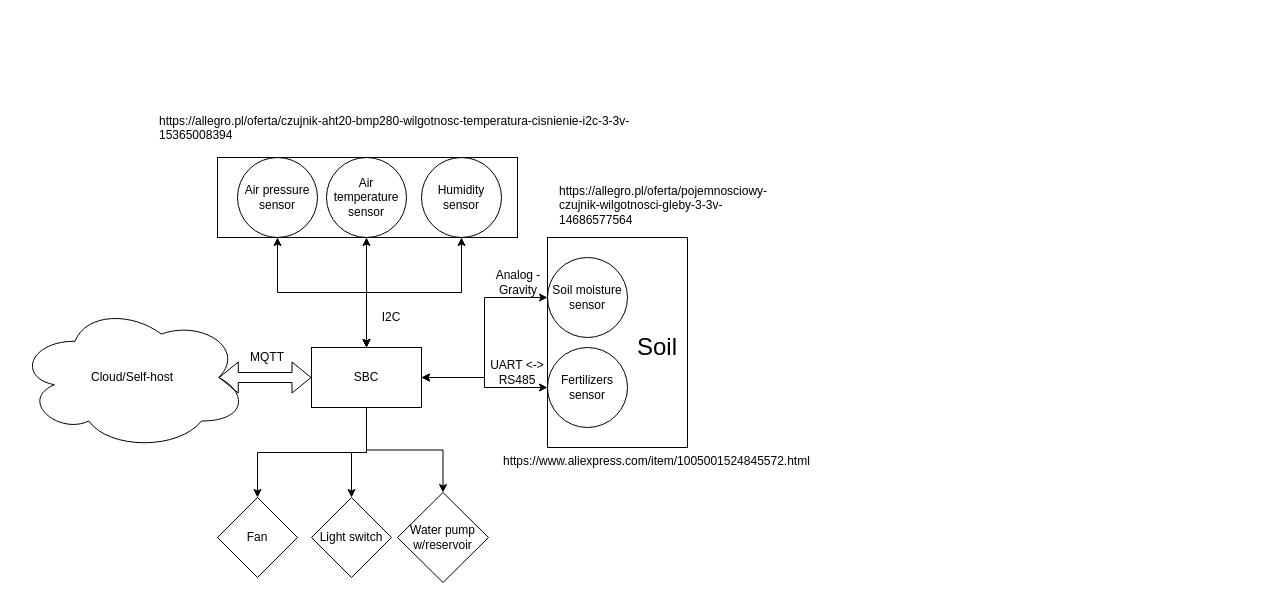
This is page "OverallView" (1 of 5) of models/Project.drawio from KhazAkar/ags, a draw.io file, before an edit. Source tidied: cells renumbered, new cells numbered last; positions are measured from the earlier drawing's top-left corner, leaving out a move shared by most shapes. Both pictures are drawn from the tidied source at 100%, with x=0, y=0 at pixel (17, 107).
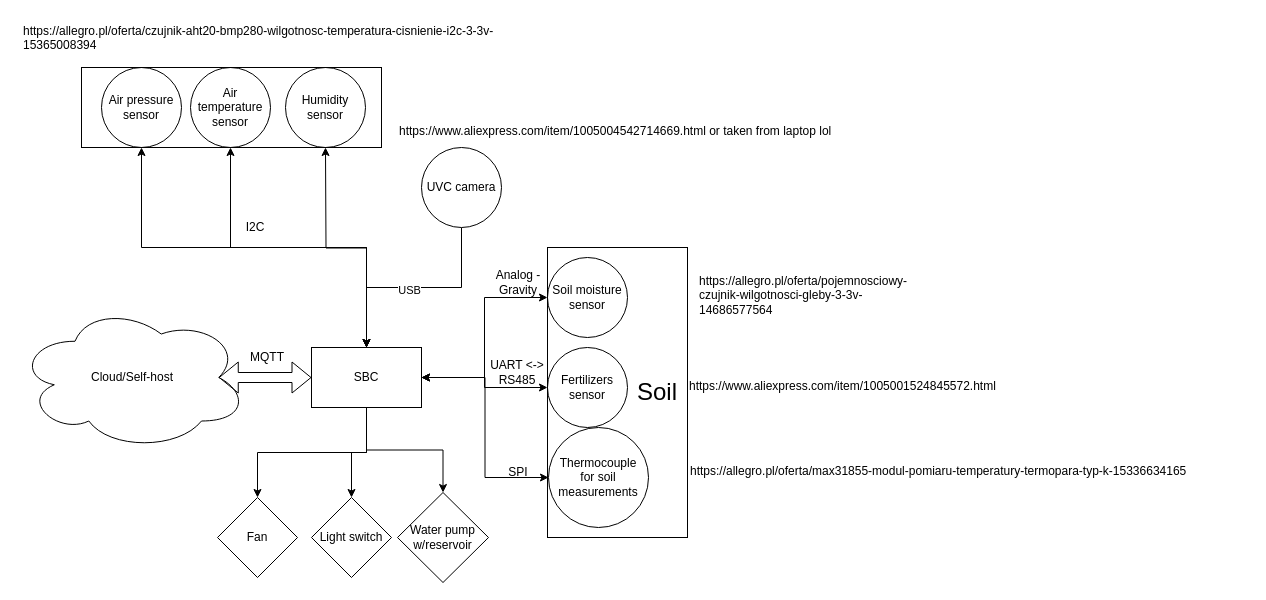
The same page after the edit.

Commit message (it also covers changes not shown here):
feat: add UVC camera and soil temperature monitoring, move user frontend design to proper folder

Unchanged cells that the change refers to:
```xml
<mxCell id="5" value="SBC" style="rounded=0;whiteSpace=wrap;html=1;" parent="1" vertex="1">
  <mxGeometry x="294" y="240" width="110" height="60" as="geometry" />
</mxCell>
```

Diff of the diagram source:
```diff
@@
+    <mxCell id="31" style="edgeStyle=orthogonalEdgeStyle;rounded=0;jettySize=auto;html=1;exitX=1;exitY=0.5;exitDx=0;exitDy=0;entryX=0;entryY=0.5;entryDx=0;entryDy=0;startArrow=classic;startFill=1;" parent="1" edge="1" source="5" target="33">
+      <mxGeometry relative="1" as="geometry" />
+    </mxCell>
@@
     <mxCell id="6" value="Air temperature&lt;div&gt;sensor&lt;/div&gt;" style="ellipse;whiteSpace=wrap;html=1;" parent="1" vertex="1">
-      <mxGeometry x="309" y="50" width="80" height="80" as="geometry" />
+      <mxGeometry x="173" y="-40" width="80" height="80" as="geometry" />
     </mxCell>
@@
     <mxCell id="11" value="&lt;div&gt;Humidity&lt;/div&gt;&lt;div&gt;sensor&lt;/div&gt;" style="ellipse;whiteSpace=wrap;html=1;" parent="1" vertex="1">
-      <mxGeometry x="404" y="50" width="80" height="80" as="geometry" />
+      <mxGeometry x="268" y="-40" width="80" height="80" as="geometry" />
     </mxCell>
     <mxCell id="12" style="rounded=0;whiteSpace=wrap;html=1;fillColor=none;" parent="1" vertex="1">
-      <mxGeometry x="530" y="130" width="140" height="210" as="geometry" />
+      <mxGeometry x="530" y="140" width="140" height="290" as="geometry" />
     </mxCell>
     <mxCell id="13" value="&lt;font style=&quot;font-size: 24px;&quot;&gt;Soil&lt;/font&gt;" style="text;html=1;align=center;verticalAlign=middle;whiteSpace=wrap;rounded=0;" parent="1" vertex="1">
-      <mxGeometry x="610" y="225" width="60" height="30" as="geometry" />
+      <mxGeometry x="610" y="270" width="60" height="30" as="geometry" />
     </mxCell>
@@
     <mxCell id="17" value="https://allegro.pl/oferta/czujnik-aht20-bmp280-wilgotnosc-temperatura-cisnienie-i2c-3-3v-15365008394" style="text;whiteSpace=wrap;" parent="1" vertex="1">
-      <mxGeometry x="140" width="480" height="40" as="geometry" />
+      <mxGeometry x="4" y="-90" width="480" height="40" as="geometry" />
     </mxCell>
     <mxCell id="18" value="Air pressure&lt;div&gt;sensor&lt;/div&gt;" style="ellipse;whiteSpace=wrap;html=1;" parent="1" vertex="1">
-      <mxGeometry x="220" y="50" width="80" height="80" as="geometry" />
+      <mxGeometry x="84" y="-40" width="80" height="80" as="geometry" />
     </mxCell>
     <mxCell id="19" style="rounded=0;whiteSpace=wrap;html=1;fillColor=none;" parent="1" vertex="1">
-      <mxGeometry x="200" y="50" width="300" height="80" as="geometry" />
+      <mxGeometry x="64" y="-40" width="300" height="80" as="geometry" />
     </mxCell>
     <mxCell id="20" value="https://allegro.pl/oferta/pojemnosciowy-czujnik-wilgotnosci-gleby-3-3v-14686577564" style="text;whiteSpace=wrap;" parent="1" vertex="1">
-      <mxGeometry x="540" y="70" width="220" height="60" as="geometry" />
+      <mxGeometry x="680" y="160" width="220" height="60" as="geometry" />
     </mxCell>
     <mxCell id="21" value="https://www.aliexpress.com/item/1005001524845572.html" style="text;whiteSpace=wrap;" parent="1" vertex="1">
-      <mxGeometry x="484" y="340" width="310" height="30" as="geometry" />
+      <mxGeometry x="670" y="265" width="310" height="30" as="geometry" />
     </mxCell>
@@
     <mxCell id="27" value="I2C" style="text;html=1;align=center;verticalAlign=middle;whiteSpace=wrap;rounded=0;" parent="1" vertex="1">
-      <mxGeometry x="344" y="195" width="60" height="30" as="geometry" />
+      <mxGeometry x="208" y="105" width="60" height="30" as="geometry" />
     </mxCell>
@@
-    <mxCell id="30" style="endArrow=classic;startArrow=classic;html=1;rounded=0;entryX=0.5;entryY=1;entryDx=0;entryDy=0;exitX=0.5;exitY=0;exitDx=0;exitDy=0;edgeStyle=orthogonalEdgeStyle;" parent="1" edge="1" source="5" target="11">
-      <mxGeometry relative="1" as="geometry" />
+    <mxCell id="30" style="endArrow=classic;startArrow=classic;html=1;rounded=0;entryX=0.5;entryY=1;entryDx=0;entryDy=0;exitX=0.5;exitY=0;exitDx=0;exitDy=0;edgeStyle=orthogonalEdgeStyle;" parent="1" edge="1" source="5">
+      <mxGeometry relative="1" as="geometry">
+        <mxPoint x="308" y="40" as="targetPoint" />
+      </mxGeometry>
     </mxCell>
+    <mxCell id="32" value="https://allegro.pl/oferta/max31855-modul-pomiaru-temperatury-termopara-typ-k-15336634165" style="text;whiteSpace=wrap;" parent="1" vertex="1">
+      <mxGeometry x="671" y="350" width="560" height="50" as="geometry" />
+    </mxCell>
+    <mxCell id="33" value="Thermocouple&lt;div&gt;for&amp;nbsp;&lt;span style=&quot;background-color: initial;&quot;&gt;soil&lt;/span&gt;&lt;/div&gt;&lt;div&gt;measurements&lt;/div&gt;" style="ellipse;whiteSpace=wrap;html=1;" parent="1" vertex="1">
+      <mxGeometry x="531" y="320" width="100" height="100" as="geometry" />
+    </mxCell>
+    <mxCell id="34" value="SPI" style="text;html=1;align=center;verticalAlign=middle;whiteSpace=wrap;rounded=0;" parent="1" vertex="1">
+      <mxGeometry x="471" y="350" width="60" height="30" as="geometry" />
+    </mxCell>
+    <mxCell id="35" style="edgeStyle=orthogonalEdgeStyle;rounded=0;jettySize=auto;html=1;exitX=0.5;exitY=1;exitDx=0;exitDy=0;entryX=0.5;entryY=0;entryDx=0;entryDy=0;" parent="1" edge="1" source="37" target="5">
+      <mxGeometry relative="1" as="geometry" />
+    </mxCell>
+    <mxCell id="36" value="USB" style="edgeLabel;html=1;align=center;verticalAlign=middle;" parent="35" vertex="1">
+      <mxGeometry x="0.05" y="2" relative="1" as="geometry" />
+    </mxCell>
+    <mxCell id="37" value="UVC camera" style="ellipse;whiteSpace=wrap;html=1;" parent="1" vertex="1">
+      <mxGeometry x="404" y="40" width="80" height="80" as="geometry" />
+    </mxCell>
+    <mxCell id="38" value="https://www.aliexpress.com/item/1005004542714669.html or taken from laptop lol" style="text;whiteSpace=wrap;" parent="1" vertex="1">
+      <mxGeometry x="380" y="10" width="510" height="30" as="geometry" />
+    </mxCell>
```
